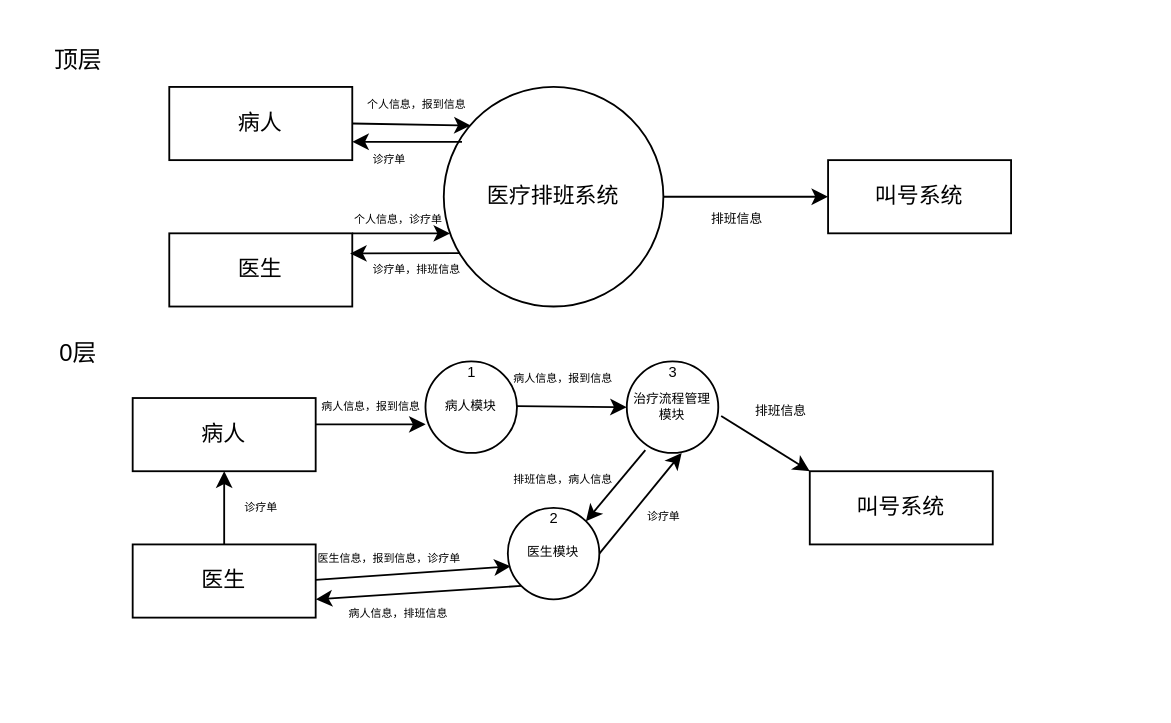
Blouse-Quin/Time-Allocation-Platform keeps this draw.io diagram as 数据流图.drawio. Above is the earlier version. Source tidied: cells renumbered, new cells numbered last; positions are measured from the earlier drawing's top-left corner, leaving out a move shared by most shapes. Both pictures are drawn from the tidied source at 183%, with x=0, y=0 at pixel (31, 31).
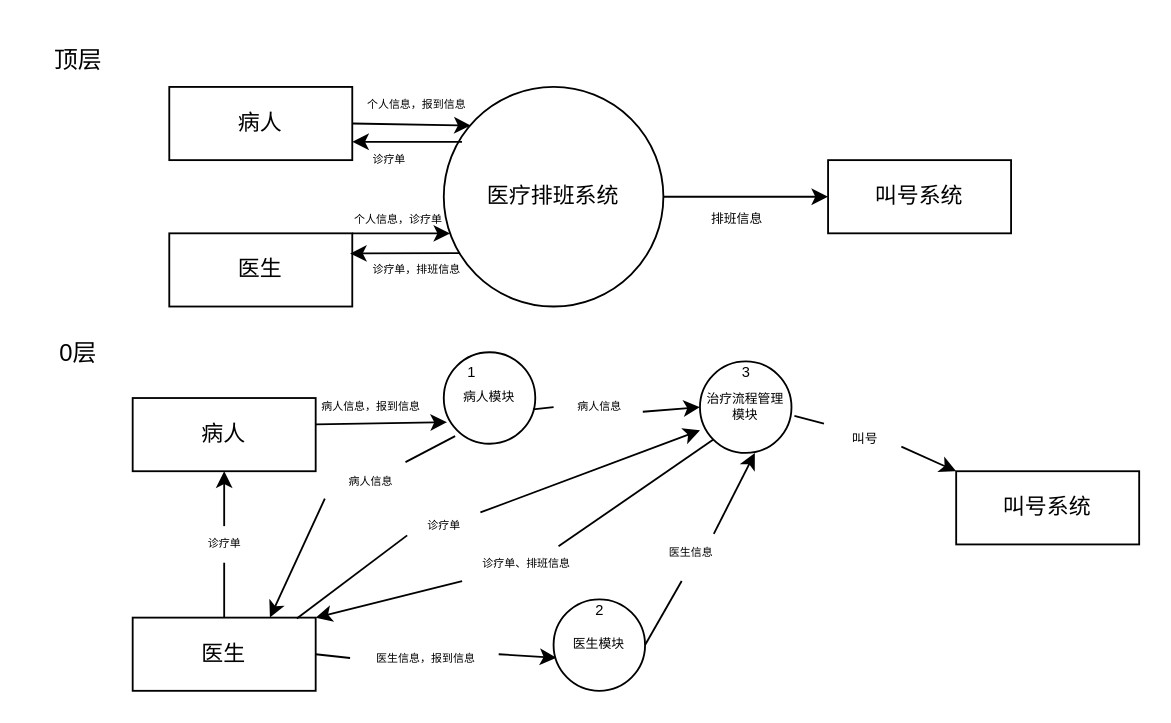
After the change.

Unchanged cells that the change refers to:
```xml
<mxCell id="18" value="病人" style="rounded=0;whiteSpace=wrap;html=1;" parent="1" vertex="1">
  <mxGeometry x="55" y="200" width="100" height="40" as="geometry" />
</mxCell>
<mxCell id="28" value="病人信息，报到信息" style="text;html=1;align=center;verticalAlign=middle;points=[];strokeColor=none;fillColor=none;fontSize=6;" parent="1" vertex="1">
  <mxGeometry x="145" y="195" width="80" height="20" as="geometry" />
</mxCell>
```

Diff of the diagram source:
```diff
@@
+    <mxCell id="43" style="edgeStyle=none;html=1;entryX=0;entryY=0.753;entryDx=0;entryDy=0;entryPerimeter=0;fontSize=8;startArrow=none;" parent="1" edge="1" source="47" target="27">
+      <mxGeometry relative="1" as="geometry" />
+    </mxCell>
     <mxCell id="19" value="医生" style="rounded=0;whiteSpace=wrap;html=1;" parent="1" vertex="1">
-      <mxGeometry x="55" y="280" width="100" height="40" as="geometry" />
+      <mxGeometry x="55" y="320" width="100" height="40" as="geometry" />
     </mxCell>
     <mxCell id="20" value="叫号系统" style="rounded=0;whiteSpace=wrap;html=1;" parent="1" vertex="1">
-      <mxGeometry x="425" y="240" width="100" height="40" as="geometry" />
+      <mxGeometry x="505" y="240" width="100" height="40" as="geometry" />
     </mxCell>
+    <mxCell id="44" style="edgeStyle=none;html=1;exitX=0;exitY=1;exitDx=0;exitDy=0;fontSize=8;startArrow=none;entryX=0.75;entryY=0;entryDx=0;entryDy=0;" parent="1" edge="1" source="49" target="19">
+      <mxGeometry relative="1" as="geometry" />
+    </mxCell>
     <mxCell id="21" value="病人模块" style="ellipse;whiteSpace=wrap;html=1;fontSize=7;" parent="1" vertex="1">
-      <mxGeometry x="215" y="180" width="50" height="50" as="geometry" />
+      <mxGeometry x="225" y="175" width="50" height="50" as="geometry" />
     </mxCell>
-    <mxCell id="22" style="edgeStyle=none;html=1;exitX=0;exitY=1;exitDx=0;exitDy=0;entryX=1;entryY=0.75;entryDx=0;entryDy=0;fontSize=8;" parent="1" edge="1" source="24" target="19">
-      <mxGeometry relative="1" as="geometry" />
-    </mxCell>
-    <mxCell id="23" style="edgeStyle=none;html=1;exitX=1;exitY=0.5;exitDx=0;exitDy=0;entryX=0.6;entryY=1;entryDx=0;entryDy=0;entryPerimeter=0;fontSize=8;" parent="1" edge="1" source="24" target="27">
+    <mxCell id="23" style="edgeStyle=none;html=1;exitX=0.751;exitY=-0.04;exitDx=0;exitDy=0;entryX=0.6;entryY=1;entryDx=0;entryDy=0;entryPerimeter=0;fontSize=8;startArrow=none;exitPerimeter=0;" parent="1" edge="1" source="41" target="27">
       <mxGeometry relative="1" as="geometry" />
     </mxCell>
     <mxCell id="24" value="医生模块" style="ellipse;whiteSpace=wrap;html=1;fontSize=7;" parent="1" vertex="1">
-      <mxGeometry x="260" y="260" width="50" height="50" as="geometry" />
+      <mxGeometry x="285" y="310" width="50" height="50" as="geometry" />
     </mxCell>
-    <mxCell id="25" style="edgeStyle=none;html=1;exitX=0.203;exitY=0.969;exitDx=0;exitDy=0;entryX=1;entryY=0;entryDx=0;entryDy=0;fontSize=8;exitPerimeter=0;" parent="1" edge="1" source="27" target="24">
-      <mxGeometry relative="1" as="geometry" />
-    </mxCell>
-    <mxCell id="26" style="edgeStyle=none;html=1;exitX=0.5;exitY=0;exitDx=0;exitDy=0;entryX=0.5;entryY=1;entryDx=0;entryDy=0;fontSize=8;" parent="1" edge="1" source="19" target="18">
+    <mxCell id="26" style="edgeStyle=none;html=1;exitX=0.5;exitY=0;exitDx=0;exitDy=0;entryX=0.5;entryY=1;entryDx=0;entryDy=0;fontSize=8;startArrow=none;" parent="1" edge="1" source="42" target="18">
       <mxGeometry relative="1" as="geometry" />
     </mxCell>
+    <mxCell id="45" style="edgeStyle=none;html=1;exitX=0;exitY=1;exitDx=0;exitDy=0;entryX=1;entryY=0;entryDx=0;entryDy=0;fontSize=8;startArrow=none;" parent="1" edge="1" source="52" target="19">
+      <mxGeometry relative="1" as="geometry" />
+    </mxCell>
     <mxCell id="27" value="治疗流程管理模块" style="ellipse;whiteSpace=wrap;html=1;fontSize=7;" parent="1" vertex="1">
-      <mxGeometry x="325" y="180" width="50" height="50" as="geometry" />
+      <mxGeometry x="365" y="180" width="50" height="50" as="geometry" />
     </mxCell>
@@
-    <mxCell id="29" style="edgeStyle=none;html=1;exitX=0.125;exitY=0.969;exitDx=0;exitDy=0;entryX=0.876;entryY=0.969;entryDx=0;entryDy=0;entryPerimeter=0;exitPerimeter=0;" parent="1" edge="1" source="28" target="28">
+    <mxCell id="29" style="edgeStyle=none;html=1;exitX=0.125;exitY=0.969;exitDx=0;exitDy=0;exitPerimeter=0;entryX=0.035;entryY=0.764;entryDx=0;entryDy=0;entryPerimeter=0;" parent="1" edge="1" source="28" target="21">
       <mxGeometry relative="1" as="geometry" />
     </mxCell>
-    <mxCell id="30" style="edgeStyle=none;html=1;exitX=1;exitY=0.5;exitDx=0;exitDy=0;entryX=0.031;entryY=0.639;entryDx=0;entryDy=0;entryPerimeter=0;" parent="1" edge="1" target="24">
-      <mxGeometry relative="1" as="geometry">
-        <mxPoint x="155" y="299.4" as="sourcePoint" />
-      </mxGeometry>
+    <mxCell id="30" style="edgeStyle=none;html=1;exitX=1;exitY=0.5;exitDx=0;exitDy=0;entryX=0.031;entryY=0.639;entryDx=0;entryDy=0;entryPerimeter=0;startArrow=none;" parent="1" edge="1" source="31" target="24">
+      <mxGeometry relative="1" as="geometry" />
     </mxCell>
-    <mxCell id="31" value="&lt;font style=&quot;font-size: 6px;&quot;&gt;医生信息，报到信息，诊疗单&lt;/font&gt;" style="text;html=1;align=center;verticalAlign=middle;points=[];strokeColor=none;fillColor=none;fontSize=13;" parent="1" vertex="1">
-      <mxGeometry x="145" y="270" width="100" height="30" as="geometry" />
-    </mxCell>
@@
     <mxCell id="33" value="&lt;font style=&quot;font-size: 8px;&quot;&gt;2&lt;/font&gt;" style="text;html=1;align=center;verticalAlign=middle;strokeColor=none;fillColor=none;" parent="1" vertex="1">
-      <mxGeometry x="270" y="250" width="30" height="30" as="geometry" />
+      <mxGeometry x="295" y="300" width="30" height="30" as="geometry" />
     </mxCell>
     <mxCell id="34" value="&lt;span style=&quot;font-size: 8px;&quot;&gt;3&lt;/span&gt;" style="text;html=1;align=center;verticalAlign=middle;strokeColor=none;fillColor=none;" parent="1" vertex="1">
-      <mxGeometry x="335" y="170" width="30" height="30" as="geometry" />
+      <mxGeometry x="375" y="170" width="30" height="30" as="geometry" />
     </mxCell>
-    <mxCell id="35" value="&lt;font style=&quot;font-size: 7px;&quot;&gt;排班信息&lt;/font&gt;" style="text;html=1;align=center;verticalAlign=middle;points=[];strokeColor=none;fillColor=none;fontSize=13;" parent="1" vertex="1">
-      <mxGeometry x="384" y="190" width="50" height="30" as="geometry" />
-    </mxCell>
-    <mxCell id="36" style="edgeStyle=none;html=1;exitX=1.032;exitY=0.596;exitDx=0;exitDy=0;entryX=0;entryY=0;entryDx=0;entryDy=0;exitPerimeter=0;" parent="1" edge="1" source="27" target="20">
+    <mxCell id="36" style="edgeStyle=none;html=1;exitX=1.001;exitY=0.719;exitDx=0;exitDy=0;entryX=0;entryY=0;entryDx=0;entryDy=0;exitPerimeter=0;startArrow=none;" parent="1" edge="1" source="35" target="20">
       <mxGeometry relative="1" as="geometry" />
     </mxCell>
-    <mxCell id="37" style="edgeStyle=none;html=1;exitX=1;exitY=0.5;exitDx=0;exitDy=0;entryX=0;entryY=0.5;entryDx=0;entryDy=0;" parent="1" edge="1" target="27">
-      <mxGeometry relative="1" as="geometry">
-        <mxPoint x="265" y="204.4" as="sourcePoint" />
-      </mxGeometry>
+    <mxCell id="37" style="edgeStyle=none;html=1;exitX=0.975;exitY=0.624;exitDx=0;exitDy=0;entryX=0;entryY=0.5;entryDx=0;entryDy=0;exitPerimeter=0;startArrow=none;" parent="1" edge="1" source="40" target="27">
+      <mxGeometry relative="1" as="geometry" />
     </mxCell>
-    <mxCell id="38" value="排班信息，病人信息" style="text;html=1;align=center;verticalAlign=middle;strokeColor=none;fillColor=none;fontSize=6;" parent="1" vertex="1">
-      <mxGeometry x="250" y="235" width="80" height="20" as="geometry" />
-    </mxCell>
-    <mxCell id="39" value="&lt;font style=&quot;font-size: 6px;&quot;&gt;病人信息，排班信息&lt;/font&gt;" style="text;html=1;align=center;verticalAlign=middle;strokeColor=none;fillColor=none;fontSize=13;" parent="1" vertex="1">
-      <mxGeometry x="160" y="300" width="80" height="30" as="geometry" />
-    </mxCell>
+    <mxCell id="46" style="edgeStyle=none;html=1;exitX=0.897;exitY=0.012;exitDx=0;exitDy=0;entryX=0;entryY=0.753;entryDx=0;entryDy=0;entryPerimeter=0;fontSize=8;endArrow=none;exitPerimeter=0;" parent="1" edge="1" source="19" target="47">
+      <mxGeometry relative="1" as="geometry" />
+    </mxCell>
+    <mxCell id="47" value="诊疗单" style="text;html=1;align=center;verticalAlign=middle;points=[];strokeColor=none;fillColor=none;fontSize=6;" parent="1" vertex="1">
+      <mxGeometry x="205" y="260" width="40" height="20" as="geometry" />
+    </mxCell>
+    <mxCell id="48" style="edgeStyle=none;html=1;exitX=0.124;exitY=0.916;exitDx=0;exitDy=0;fontSize=8;endArrow=none;exitPerimeter=0;" parent="1" edge="1" source="21" target="49">
+      <mxGeometry relative="1" as="geometry" />
+    </mxCell>
+    <mxCell id="49" value="&lt;font style=&quot;font-size: 6px;&quot;&gt;病人信息&lt;/font&gt;" style="text;html=1;align=center;verticalAlign=middle;points=[];strokeColor=none;fillColor=none;fontSize=8;" parent="1" vertex="1">
+      <mxGeometry x="160" y="235" width="50" height="20" as="geometry" />
+    </mxCell>
+    <mxCell id="50" style="edgeStyle=none;html=1;exitX=0.5;exitY=0;exitDx=0;exitDy=0;entryX=0.5;entryY=1;entryDx=0;entryDy=0;fontSize=8;endArrow=none;" parent="1" edge="1" source="19" target="42">
+      <mxGeometry relative="1" as="geometry" />
+    </mxCell>
+    <mxCell id="42" value="诊疗单" style="text;html=1;align=center;verticalAlign=middle;points=[];strokeColor=none;fillColor=none;fontSize=6;" parent="1" vertex="1">
+      <mxGeometry x="85" y="270" width="40" height="20" as="geometry" />
+    </mxCell>
+    <mxCell id="51" style="edgeStyle=none;html=1;exitX=0;exitY=1;exitDx=0;exitDy=0;entryX=0.753;entryY=0.052;entryDx=0;entryDy=0;entryPerimeter=0;fontSize=8;endArrow=none;" parent="1" edge="1" source="27" target="52">
+      <mxGeometry relative="1" as="geometry" />
+    </mxCell>
+    <mxCell id="52" value="&lt;font style=&quot;font-size: 6px;&quot;&gt;诊疗单、排班信息&lt;/font&gt;" style="text;html=1;align=center;verticalAlign=middle;points=[];strokeColor=none;fillColor=none;fontSize=8;" parent="1" vertex="1">
+      <mxGeometry x="235" y="280" width="70" height="20" as="geometry" />
+    </mxCell>
+    <mxCell id="53" style="edgeStyle=none;html=1;exitX=1;exitY=0.5;exitDx=0;exitDy=0;endArrow=none;entryX=-0.015;entryY=0.569;entryDx=0;entryDy=0;entryPerimeter=0;" parent="1" edge="1" source="19" target="31">
+      <mxGeometry relative="1" as="geometry" />
+    </mxCell>
+    <mxCell id="31" value="&lt;font style=&quot;font-size: 6px;&quot;&gt;医生信息，报到信息&lt;/font&gt;" style="text;html=1;align=center;verticalAlign=middle;points=[];strokeColor=none;fillColor=none;fontSize=13;" parent="1" vertex="1">
+      <mxGeometry x="175" y="325" width="80" height="30" as="geometry" />
+    </mxCell>
+    <mxCell id="54" style="edgeStyle=none;html=1;exitX=1;exitY=0.5;exitDx=0;exitDy=0;entryX=0.4;entryY=1.25;entryDx=0;entryDy=0;entryPerimeter=0;fontSize=8;endArrow=none;" parent="1" edge="1" source="24" target="41">
+      <mxGeometry relative="1" as="geometry" />
+    </mxCell>
+    <mxCell id="41" value="医生信息" style="text;html=1;align=center;verticalAlign=middle;points=[];strokeColor=none;fillColor=none;fontSize=6;" parent="1" vertex="1">
+      <mxGeometry x="335" y="275" width="50" height="20" as="geometry" />
+    </mxCell>
+    <mxCell id="55" style="edgeStyle=none;html=1;exitX=0.975;exitY=0.624;exitDx=0;exitDy=0;entryX=0;entryY=0.5;entryDx=0;entryDy=0;exitPerimeter=0;endArrow=none;" parent="1" edge="1" source="21" target="40">
+      <mxGeometry relative="1" as="geometry" />
+    </mxCell>
-    <mxCell id="40" value="病人信息，报到信息" style="text;html=1;align=center;verticalAlign=middle;points=[];strokeColor=none;fillColor=none;fontSize=6;" parent="1" vertex="1">
-      <mxGeometry x="250" y="180" width="80" height="20" as="geometry" />
+    <mxCell id="40" value="病人信息" style="text;html=1;align=center;verticalAlign=middle;points=[];strokeColor=none;fillColor=none;fontSize=6;" parent="1" vertex="1">
+      <mxGeometry x="285" y="195" width="50" height="20" as="geometry" />
     </mxCell>
-    <mxCell id="41" value="诊疗单" style="text;html=1;align=center;verticalAlign=middle;points=[];strokeColor=none;fillColor=none;fontSize=6;" parent="1" vertex="1">
-      <mxGeometry x="325" y="255" width="40" height="20" as="geometry" />
-    </mxCell>
-    <mxCell id="42" value="诊疗单" style="text;html=1;align=center;verticalAlign=middle;points=[];strokeColor=none;fillColor=none;fontSize=6;" parent="1" vertex="1">
-      <mxGeometry x="105" y="250" width="40" height="20" as="geometry" />
-    </mxCell>
+    <mxCell id="56" style="edgeStyle=none;html=1;exitX=1.032;exitY=0.596;exitDx=0;exitDy=0;entryX=-0.056;entryY=0.3;entryDx=0;entryDy=0;exitPerimeter=0;endArrow=none;entryPerimeter=0;" parent="1" edge="1" source="27" target="35">
+      <mxGeometry relative="1" as="geometry" />
+    </mxCell>
+    <mxCell id="35" value="&lt;span style=&quot;font-size: 7px;&quot;&gt;叫号&lt;/span&gt;" style="text;html=1;align=center;verticalAlign=middle;points=[];strokeColor=none;fillColor=none;fontSize=13;" parent="1" vertex="1">
+      <mxGeometry x="435" y="205" width="40" height="30" as="geometry" />
+    </mxCell>
```
